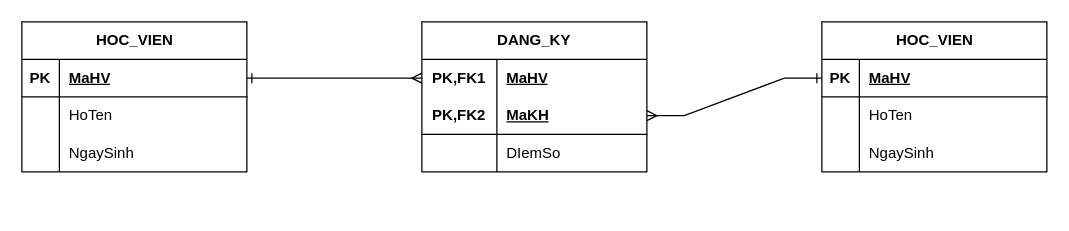
Earlier version of the draw.io diagram ss16/bt2/ERD_Edusmart.drawio (tranducngoc17-Tanyx/TranDucNgoc_IT105). Source tidied: cells renumbered, new cells numbered last; positions are measured from the earlier drawing's top-left corner, leaving out a move shared by most shapes. Both pictures are drawn from the tidied source at 125%, with x=0, y=0 at pixel (21, 21).
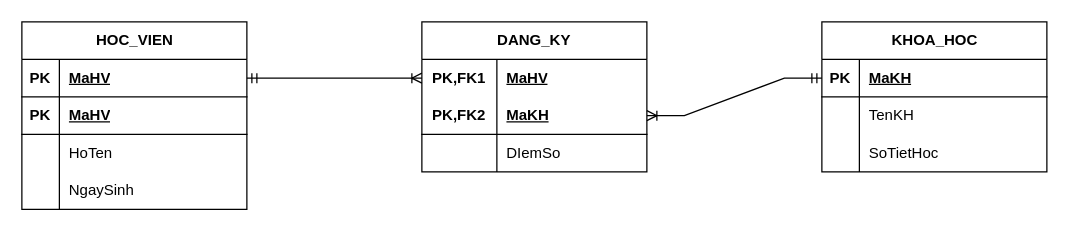
The same page after the edit.

Unchanged cells that the change refers to:
```xml
<mxCell id="3" style="shape=tableRow;horizontal=0;startSize=0;swimlaneHead=0;swimlaneBody=0;fillColor=none;points=[[0,0.5],[1,0.5]];portConstraint=eastwest;top=0;left=0;right=0;bottom=1;" parent="2" vertex="1">
  <mxGeometry y="30" width="180" height="30" as="geometry" />
</mxCell>
<mxCell id="13" style="shape=tableRow;horizontal=0;startSize=0;swimlaneHead=0;swimlaneBody=0;fillColor=none;points=[[0,0.5],[1,0.5]];portConstraint=eastwest;top=0;left=0;right=0;bottom=0;html=1;" parent="12" vertex="1">
  <mxGeometry y="30" width="180" height="30" as="geometry" />
</mxCell>
<mxCell id="16" style="shape=tableRow;horizontal=0;startSize=0;swimlaneHead=0;swimlaneBody=0;fillColor=none;points=[[0,0.5],[1,0.5]];portConstraint=eastwest;top=0;left=0;right=0;bottom=1;html=1;" parent="12" vertex="1">
  <mxGeometry y="60" width="180" height="30" as="geometry" />
</mxCell>
<mxCell id="24" style="shape=tableRow;horizontal=0;startSize=0;swimlaneHead=0;swimlaneBody=0;fillColor=none;points=[[0,0.5],[1,0.5]];portConstraint=eastwest;top=0;left=0;right=0;bottom=1;" parent="23" vertex="1">
  <mxGeometry y="30" width="180" height="30" as="geometry" />
</mxCell>
<mxCell id="27" style="shape=tableRow;horizontal=0;startSize=0;swimlaneHead=0;swimlaneBody=0;fillColor=none;top=0;left=0;right=0;bottom=0;" parent="23" vertex="1">
  <mxGeometry y="60" width="180" height="30" as="geometry" />
</mxCell>
<mxCell id="30" style="shape=tableRow;horizontal=0;startSize=0;swimlaneHead=0;swimlaneBody=0;fillColor=none;top=0;left=0;right=0;bottom=0;" parent="23" vertex="1">
  <mxGeometry y="90" width="180" height="30" as="geometry" />
</mxCell>
```

What changed in the source:
```diff
@@
     <mxCell id="2" value="HOC_VIEN" style="shape=table;startSize=30;childLayout=tableLayout;rowLines=0;fontStyle=1;align=center;html=1;" parent="1" vertex="1">
-      <mxGeometry width="180" height="120" as="geometry" />
+      <mxGeometry width="180" height="150" as="geometry" />
     </mxCell>
@@
+    <mxCell id="34" style="shape=tableRow;horizontal=0;startSize=0;swimlaneHead=0;swimlaneBody=0;fillColor=none;top=0;left=0;right=0;bottom=1;" parent="2" vertex="1">
+      <mxGeometry y="60" width="180" height="30" as="geometry" />
+    </mxCell>
+    <mxCell id="35" value="PK" style="shape=partialRectangle;fillColor=none;top=0;left=0;bottom=0;right=0;fontStyle=1;overflow=hidden;whiteSpace=wrap;html=1;" parent="34" vertex="1">
+      <mxGeometry width="30" height="30" as="geometry" />
+    </mxCell>
+    <mxCell id="36" value="MaHV" style="shape=partialRectangle;fillColor=none;top=0;left=0;bottom=0;right=0;align=left;spacingLeft=6;fontStyle=5;overflow=hidden;whiteSpace=wrap;html=1;" parent="34" vertex="1">
+      <mxGeometry x="30" width="150" height="30" as="geometry" />
+    </mxCell>
     <mxCell id="6" style="shape=tableRow;horizontal=0;startSize=0;swimlaneHead=0;swimlaneBody=0;fillColor=none;top=0;left=0;right=0;bottom=0;" parent="2" vertex="1">
-      <mxGeometry y="60" width="180" height="30" as="geometry" />
+      <mxGeometry y="90" width="180" height="30" as="geometry" />
     </mxCell>
@@
     <mxCell id="9" style="shape=tableRow;horizontal=0;startSize=0;swimlaneHead=0;swimlaneBody=0;fillColor=none;top=0;left=0;right=0;bottom=0;" parent="2" vertex="1">
-      <mxGeometry y="90" width="180" height="30" as="geometry" />
+      <mxGeometry y="120" width="180" height="30" as="geometry" />
     </mxCell>
@@
-    <mxCell id="22" style="edgeStyle=entityRelationEdgeStyle;fontSize=12;html=1;endArrow=ERmany;rounded=0;startArrow=ERone;startFill=0;entryX=0;entryY=0.5;entryDx=0;entryDy=0;exitX=1;exitY=0.5;exitDx=0;exitDy=0;" parent="1" edge="1" source="3" target="13">
-      <mxGeometry relative="1" as="geometry" />
-    </mxCell>
-    <mxCell id="23" value="HOC_VIEN" style="shape=table;startSize=30;childLayout=tableLayout;rowLines=0;fontStyle=1;align=center;html=1;" parent="1" vertex="1">
+    <mxCell id="23" value="KHOA_HOC" style="shape=table;startSize=30;childLayout=tableLayout;rowLines=0;fontStyle=1;align=center;html=1;" parent="1" vertex="1">
       <mxGeometry x="640" width="180" height="120" as="geometry" />
     </mxCell>
@@
-    <mxCell id="26" value="MaHV" style="shape=partialRectangle;fillColor=none;top=0;left=0;bottom=0;right=0;align=left;spacingLeft=6;fontStyle=5;overflow=hidden;whiteSpace=wrap;html=1;" parent="24" vertex="1">
+    <mxCell id="26" value="MaKH" style="shape=partialRectangle;fillColor=none;top=0;left=0;bottom=0;right=0;align=left;spacingLeft=6;fontStyle=5;overflow=hidden;whiteSpace=wrap;html=1;" parent="24" vertex="1">
       <mxGeometry x="30" width="150" height="30" as="geometry" />
     </mxCell>
@@
-    <mxCell id="29" value="HoTen" style="shape=partialRectangle;fillColor=none;top=0;left=0;bottom=0;right=0;align=left;spacingLeft=6;overflow=hidden;whiteSpace=wrap;html=1;" parent="27" vertex="1">
+    <mxCell id="29" value="TenKH" style="shape=partialRectangle;fillColor=none;top=0;left=0;bottom=0;right=0;align=left;spacingLeft=6;overflow=hidden;whiteSpace=wrap;html=1;" parent="27" vertex="1">
       <mxGeometry x="30" width="150" height="30" as="geometry" />
     </mxCell>
@@
-    <mxCell id="32" value="NgaySinh" style="shape=partialRectangle;fillColor=none;top=0;left=0;bottom=0;right=0;align=left;spacingLeft=6;overflow=hidden;whiteSpace=wrap;html=1;" parent="30" vertex="1">
+    <mxCell id="32" value="SoTietHoc" style="shape=partialRectangle;fillColor=none;top=0;left=0;bottom=0;right=0;align=left;spacingLeft=6;overflow=hidden;whiteSpace=wrap;html=1;" parent="30" vertex="1">
       <mxGeometry x="30" width="150" height="30" as="geometry" />
     </mxCell>
+    <mxCell id="22" style="edgeStyle=entityRelationEdgeStyle;fontSize=12;html=1;endArrow=ERoneToMany;startArrow=ERmandOne;rounded=0;entryX=0;entryY=0.5;entryDx=0;entryDy=0;exitX=1;exitY=0.5;exitDx=0;exitDy=0;" parent="1" edge="1" source="3" target="13">
+      <mxGeometry relative="1" as="geometry" />
+    </mxCell>
-    <mxCell id="33" style="edgeStyle=entityRelationEdgeStyle;fontSize=12;html=1;endArrow=ERmany;rounded=0;startArrow=ERone;startFill=0;entryX=1;entryY=0.5;entryDx=0;entryDy=0;exitX=0;exitY=0.5;exitDx=0;exitDy=0;" parent="1" edge="1" source="24" target="16">
+    <mxCell id="33" style="edgeStyle=entityRelationEdgeStyle;fontSize=12;html=1;endArrow=ERoneToMany;startArrow=ERmandOne;rounded=0;entryX=1;entryY=0.5;entryDx=0;entryDy=0;exitX=0;exitY=0.5;exitDx=0;exitDy=0;" parent="1" edge="1" source="24" target="16">
       <mxGeometry relative="1" as="geometry" />
     </mxCell>
```
